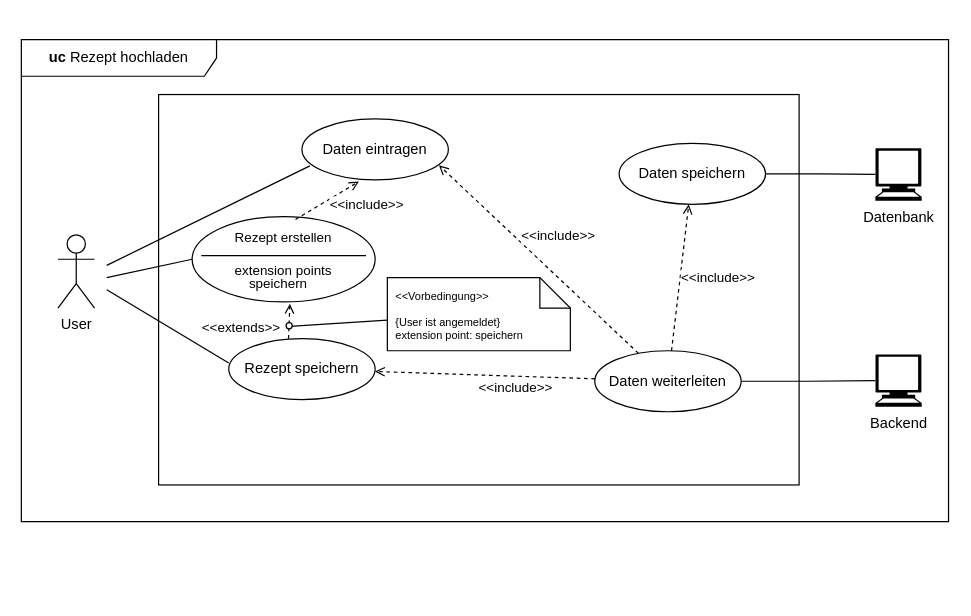
Before: uc Rezept erstellen.drawio in Software-Engineering-I-HWR/GourmetGuide, a draw.io diagram. Source tidied: cells renumbered, new cells numbered last; positions are measured from the earlier drawing's top-left corner, leaving out a move shared by most shapes. Both pictures are drawn from the tidied source at 122%, with x=0, y=0 at pixel (21, 39).
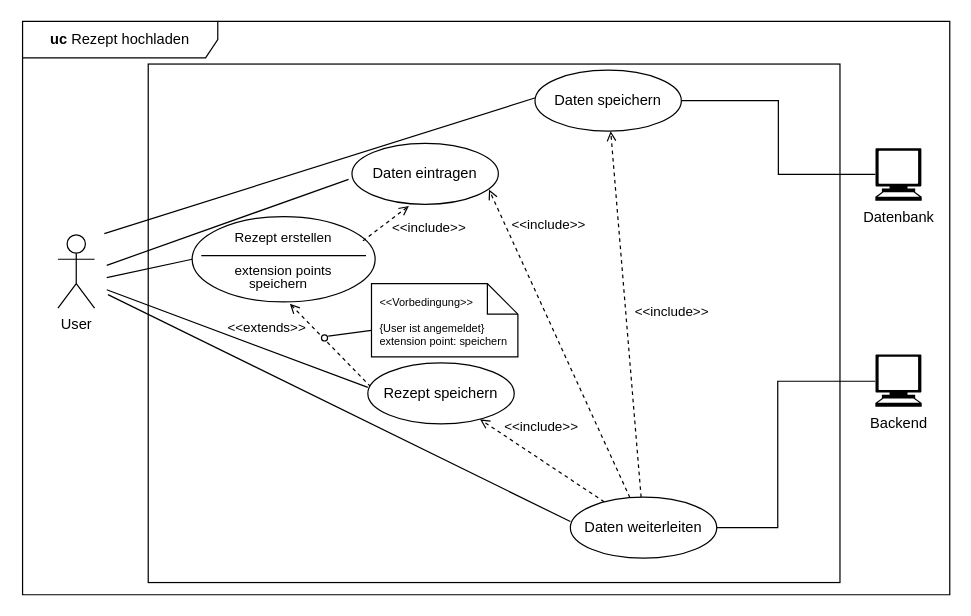
After the change.

Unchanged cells that the change refers to:
```xml
<mxCell id="6" value="&lt;font style=&quot;font-size: 11px;&quot;&gt;Rezept erstellen&lt;/font&gt;" style="html=1;strokeColor=none;fillColor=none;align=center;verticalAlign=middle;whiteSpace=wrap;" parent="5" vertex="1">
  <mxGeometry y="5.8" width="150" height="23.3" as="geometry" />
</mxCell>
<mxCell id="18" value="Backend" style="shape=mxgraph.signs.tech.computer;html=1;fillColor=#000000;strokeColor=none;verticalLabelPosition=bottom;verticalAlign=top;align=center;" parent="1" vertex="1">
  <mxGeometry x="700" y="258" width="38" height="43" as="geometry" />
</mxCell>
<mxCell id="25" style="endArrow=open;html=1;rounded=0;dashed=1;endFill=0;" parent="1" edge="1" source="14" target="12">
  <mxGeometry relative="1" as="geometry" />
</mxCell>
<mxCell id="27" style="endArrow=open;html=1;rounded=0;dashed=1;endFill=0;entryX=0.936;entryY=0.758;entryDx=0;entryDy=0;entryPerimeter=0;" parent="1" edge="1" source="14" target="11">
  <mxGeometry relative="1" as="geometry" />
</mxCell>
<mxCell id="29" style="endArrow=open;html=1;rounded=0;dashed=1;endFill=0;" parent="1" edge="1" source="14" target="15">
  <mxGeometry relative="1" as="geometry" />
</mxCell>
```

What changed in the source:
```diff
@@
-    <mxCell id="2" style="endArrow=open;html=1;rounded=0;dashed=1;endFill=0;entryX=0.534;entryY=1.022;entryDx=0;entryDy=0;entryPerimeter=0;exitX=0.408;exitY=0.003;exitDx=0;exitDy=0;exitPerimeter=0;" parent="1" edge="1">
+    <mxCell id="2" style="endArrow=open;html=1;rounded=0;dashed=1;endFill=0;entryX=0.534;entryY=1.022;entryDx=0;entryDy=0;entryPerimeter=0;exitX=0.02;exitY=0.391;exitDx=0;exitDy=0;exitPerimeter=0;" parent="1" edge="1" source="12">
       <mxGeometry relative="1" as="geometry">
-        <mxPoint x="219" y="245.1" as="sourcePoint" />
         <mxPoint x="220.1" y="216.5" as="targetPoint" />
       </mxGeometry>
     </mxCell>
     <mxCell id="3" value="&amp;lt;&amp;lt;extends&amp;gt;&amp;gt;" style="edgeLabel;html=1;align=center;verticalAlign=middle;" parent="2" vertex="1">
       <mxGeometry x="0.36" y="-1" relative="1" as="geometry">
-        <mxPoint x="-41" y="9" as="offset" />
+        <mxPoint x="-41" y="-2" as="offset" />
       </mxGeometry>
     </mxCell>
@@
-    <mxCell id="11" value="Daten eintragen" style="ellipse;whiteSpace=wrap;html=1;" parent="1" vertex="1">
-      <mxGeometry x="230" y="65" width="120" height="50" as="geometry" />
-    </mxCell>
     <mxCell id="12" value="Rezept speichern" style="ellipse;whiteSpace=wrap;html=1;" parent="1" vertex="1">
-      <mxGeometry x="170" y="245" width="120" height="50" as="geometry" />
+      <mxGeometry x="284" y="265" width="120" height="50" as="geometry" />
     </mxCell>
     <mxCell id="13" style="edgeStyle=orthogonalEdgeStyle;rounded=0;jettySize=auto;html=1;endArrow=none;endFill=0;" parent="1" edge="1" source="14" target="18">
-      <mxGeometry relative="1" as="geometry" />
+      <mxGeometry relative="1" as="geometry">
+        <Array as="points">
+          <mxPoint x="620" y="400" />
+          <mxPoint x="620" y="280" />
+        </Array>
+      </mxGeometry>
     </mxCell>
-    <mxCell id="14" value="Daten weiterleiten" style="ellipse;whiteSpace=wrap;html=1;" parent="1" vertex="1">
-      <mxGeometry x="470" y="255" width="120" height="50" as="geometry" />
-    </mxCell>
-    <mxCell id="15" value="Daten speichern" style="ellipse;whiteSpace=wrap;html=1;" parent="1" vertex="1">
-      <mxGeometry x="490" y="85" width="120" height="50" as="geometry" />
-    </mxCell>
-    <mxCell id="16" value="&lt;div style=&quot;font-size: 9px;&quot;&gt;&lt;font style=&quot;font-size: 9px;&quot;&gt;{User ist angemeldet}&lt;/font&gt;&lt;/div&gt;&lt;div style=&quot;font-size: 9px;&quot;&gt;&lt;font style=&quot;font-size: 9px;&quot;&gt;extension point: speichern&lt;br&gt;&lt;/font&gt;&lt;/div&gt;" style="shape=note2;boundedLbl=1;whiteSpace=wrap;html=1;size=25;verticalAlign=top;align=left;spacingLeft=5;" parent="1" vertex="1">
-      <mxGeometry x="300" y="195" width="150" height="60" as="geometry" />
-    </mxCell>
-    <mxCell id="17" value="&lt;font style=&quot;font-size: 9px;&quot;&gt;&amp;lt;&amp;lt;Vorbedingung&amp;gt;&amp;gt;&lt;/font&gt;" style="strokeColor=none;fillColor=none;align=left;spacingLeft=5;whiteSpace=wrap;html=1;" parent="16" vertex="1">
-      <mxGeometry width="150" height="30" relative="1" as="geometry" />
-    </mxCell>
@@
-    <mxCell id="20" style="endArrow=none;html=1;rounded=0;exitX=0;exitY=0.4;exitDx=0;exitDy=0;exitPerimeter=0;" parent="1" edge="1" source="12">
+    <mxCell id="20" style="endArrow=none;html=1;rounded=0;exitX=0;exitY=0.4;exitDx=0;exitDy=0;exitPerimeter=0;" parent="1" edge="1">
       <mxGeometry relative="1" as="geometry">
+        <mxPoint x="284" y="285" as="sourcePoint" />
         <mxPoint x="70" y="205" as="targetPoint" />
       </mxGeometry>
     </mxCell>
-    <mxCell id="21" style="endArrow=none;html=1;rounded=0;entryX=0.054;entryY=0.769;entryDx=0;entryDy=0;entryPerimeter=0;" parent="1" edge="1" target="11">
+    <mxCell id="21" style="endArrow=none;html=1;rounded=0;entryX=-0.023;entryY=0.59;entryDx=0;entryDy=0;entryPerimeter=0;" parent="1" edge="1" target="11">
       <mxGeometry relative="1" as="geometry">
         <mxPoint x="70" y="185" as="sourcePoint" />
       </mxGeometry>
     </mxCell>
@@
-    <mxCell id="23" style="endArrow=open;html=1;rounded=0;dashed=1;endFill=0;exitX=0.565;exitY=-0.146;exitDx=0;exitDy=0;entryX=0.389;entryY=1.026;entryDx=0;entryDy=0;entryPerimeter=0;exitPerimeter=0;" parent="1" edge="1" source="6" target="11">
+    <mxCell id="23" style="endArrow=open;html=1;rounded=0;dashed=1;endFill=0;exitX=0.933;exitY=0.607;exitDx=0;exitDy=0;entryX=0.389;entryY=1.026;entryDx=0;entryDy=0;entryPerimeter=0;exitPerimeter=0;" parent="1" edge="1" source="6" target="11">
       <mxGeometry relative="1" as="geometry" />
     </mxCell>
@@
     <mxCell id="26" value="&amp;lt;&amp;lt;include&amp;gt;&amp;gt;" style="edgeLabel;html=1;align=center;verticalAlign=middle;" parent="25" vertex="1">
       <mxGeometry x="-0.32" y="-1" relative="1" as="geometry">
-        <mxPoint x="-5" y="10" as="offset" />
+        <mxPoint x="-18" y="-38" as="offset" />
       </mxGeometry>
     </mxCell>
@@
     <mxCell id="28" value="&amp;lt;&amp;lt;include&amp;gt;&amp;gt;" style="edgeLabel;html=1;align=center;verticalAlign=middle;" parent="27" vertex="1">
       <mxGeometry x="0.25" y="-1" relative="1" as="geometry">
-        <mxPoint x="35" as="offset" />
+        <mxPoint x="4" y="-65" as="offset" />
       </mxGeometry>
     </mxCell>
@@
     <mxCell id="30" value="&amp;lt;&amp;lt;include&amp;gt;&amp;gt;" style="edgeLabel;html=1;align=center;verticalAlign=middle;" parent="29" vertex="1">
       <mxGeometry x="0.02" y="-1" relative="1" as="geometry">
-        <mxPoint x="29" y="1" as="offset" />
+        <mxPoint x="36" y="1" as="offset" />
       </mxGeometry>
     </mxCell>
-    <mxCell id="31" style="endArrow=none;html=1;rounded=0;" parent="1" edge="1" source="16">
-      <mxGeometry relative="1" as="geometry">
-        <mxPoint x="220" y="235" as="targetPoint" />
-      </mxGeometry>
-    </mxCell>
@@
     <mxCell id="33" value="&lt;b&gt;uc&lt;/b&gt; Rezept hochladen" style="shape=umlFrame;whiteSpace=wrap;html=1;width=160;" parent="1" vertex="1">
-      <mxGeometry width="760" height="395" as="geometry" />
+      <mxGeometry x="1" y="-15" width="760" height="470" as="geometry" />
     </mxCell>
     <mxCell id="34" style="ellipse;whiteSpace=wrap;html=1;" parent="33" vertex="1">
-      <mxGeometry x="217" y="232" width="5" height="5" as="geometry" />
+      <mxGeometry x="245" y="257" width="5" height="5" as="geometry" />
     </mxCell>
-    <mxCell id="35" style="rounded=0;whiteSpace=wrap;html=1;fillColor=none;" parent="1" vertex="1">
-      <mxGeometry x="112.5" y="45" width="525" height="320" as="geometry" />
-    </mxCell>
+    <mxCell id="16" value="&lt;div style=&quot;font-size: 9px;&quot;&gt;&lt;font style=&quot;font-size: 9px;&quot;&gt;{User ist angemeldet}&lt;/font&gt;&lt;/div&gt;&lt;div style=&quot;font-size: 9px;&quot;&gt;&lt;font style=&quot;font-size: 9px;&quot;&gt;extension point: speichern&lt;br&gt;&lt;/font&gt;&lt;/div&gt;" style="shape=note2;boundedLbl=1;whiteSpace=wrap;html=1;size=25;verticalAlign=top;align=left;spacingLeft=5;" parent="33" vertex="1">
+      <mxGeometry x="286" y="215" width="120" height="60" as="geometry" />
+    </mxCell>
+    <mxCell id="17" value="&lt;font style=&quot;font-size: 9px;&quot;&gt;&amp;lt;&amp;lt;Vorbedingung&amp;gt;&amp;gt;&lt;/font&gt;" style="strokeColor=none;fillColor=none;align=left;spacingLeft=5;whiteSpace=wrap;html=1;" parent="16" vertex="1">
+      <mxGeometry width="120" height="30" relative="1" as="geometry" />
+    </mxCell>
+    <mxCell id="15" value="Daten speichern" style="ellipse;whiteSpace=wrap;html=1;" parent="33" vertex="1">
+      <mxGeometry x="420" y="40" width="120" height="50" as="geometry" />
+    </mxCell>
+    <mxCell id="11" value="Daten eintragen" style="ellipse;whiteSpace=wrap;html=1;" parent="33" vertex="1">
+      <mxGeometry x="270" y="100" width="120" height="50" as="geometry" />
+    </mxCell>
+    <mxCell id="36" style="endArrow=none;html=1;rounded=0;exitX=0;exitY=0.4;exitDx=0;exitDy=0;exitPerimeter=0;" parent="33" edge="1" source="14">
+      <mxGeometry relative="1" as="geometry">
+        <mxPoint x="70" y="224" as="targetPoint" />
+      </mxGeometry>
+    </mxCell>
+    <mxCell id="31" style="endArrow=none;html=1;rounded=0;entryX=1.108;entryY=0.215;entryDx=0;entryDy=0;entryPerimeter=0;" parent="33" edge="1" source="16" target="34">
+      <mxGeometry relative="1" as="geometry" />
+    </mxCell>
+    <mxCell id="37" style="rounded=0;whiteSpace=wrap;html=1;fillColor=none;" parent="33" vertex="1">
+      <mxGeometry x="103" y="35" width="567" height="425" as="geometry" />
+    </mxCell>
+    <mxCell id="14" value="Daten weiterleiten" style="ellipse;whiteSpace=wrap;html=1;" parent="1" vertex="1">
+      <mxGeometry x="450" y="375" width="120" height="50" as="geometry" />
+    </mxCell>
+    <mxCell id="38" style="endArrow=none;html=1;rounded=0;entryX=0.004;entryY=0.453;entryDx=0;entryDy=0;entryPerimeter=0;" parent="1" edge="1" target="15">
+      <mxGeometry relative="1" as="geometry">
+        <mxPoint x="68" y="159" as="sourcePoint" />
+      </mxGeometry>
+    </mxCell>
```
